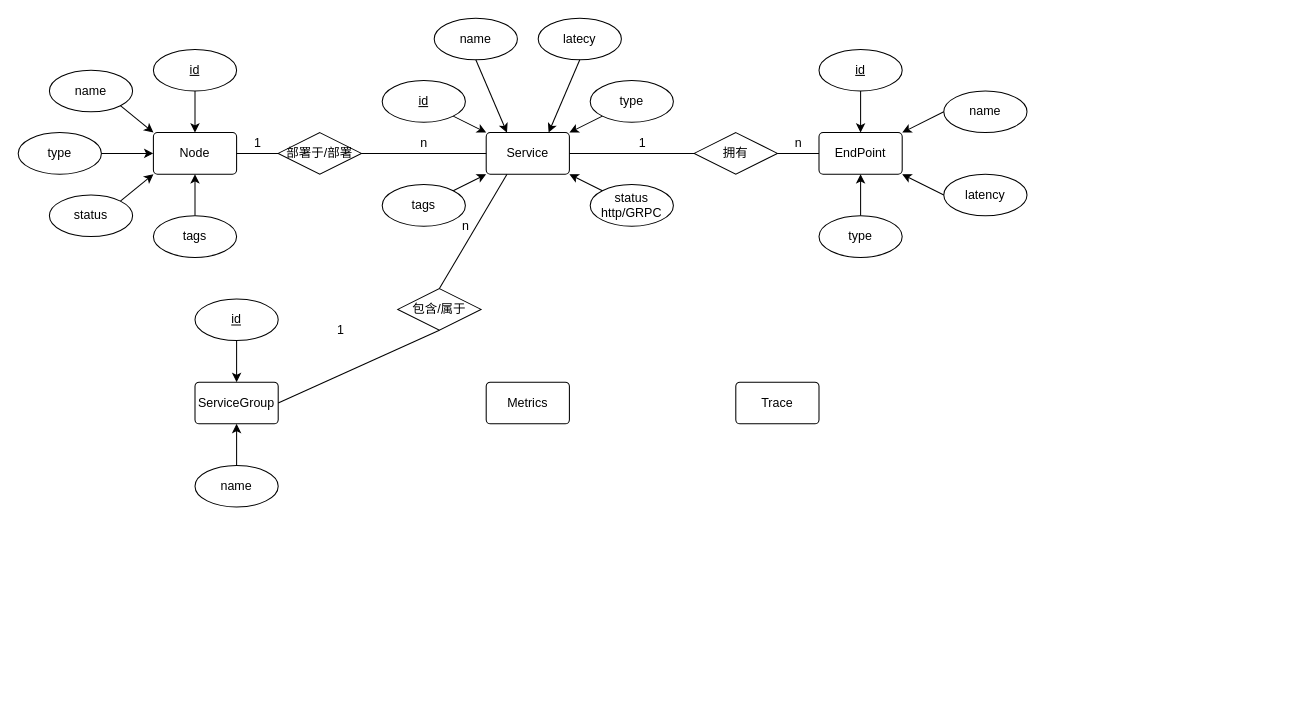
This is docs/persistent.drawio from WangMinan/arktouros, a draw.io file, before an edit. Source tidied: cells renumbered, new cells numbered last; positions are measured from the earlier drawing's top-left corner, leaving out a move shared by most shapes. Both pictures are drawn from the tidied source at 104%, with x=0, y=0 at pixel (18, 18).
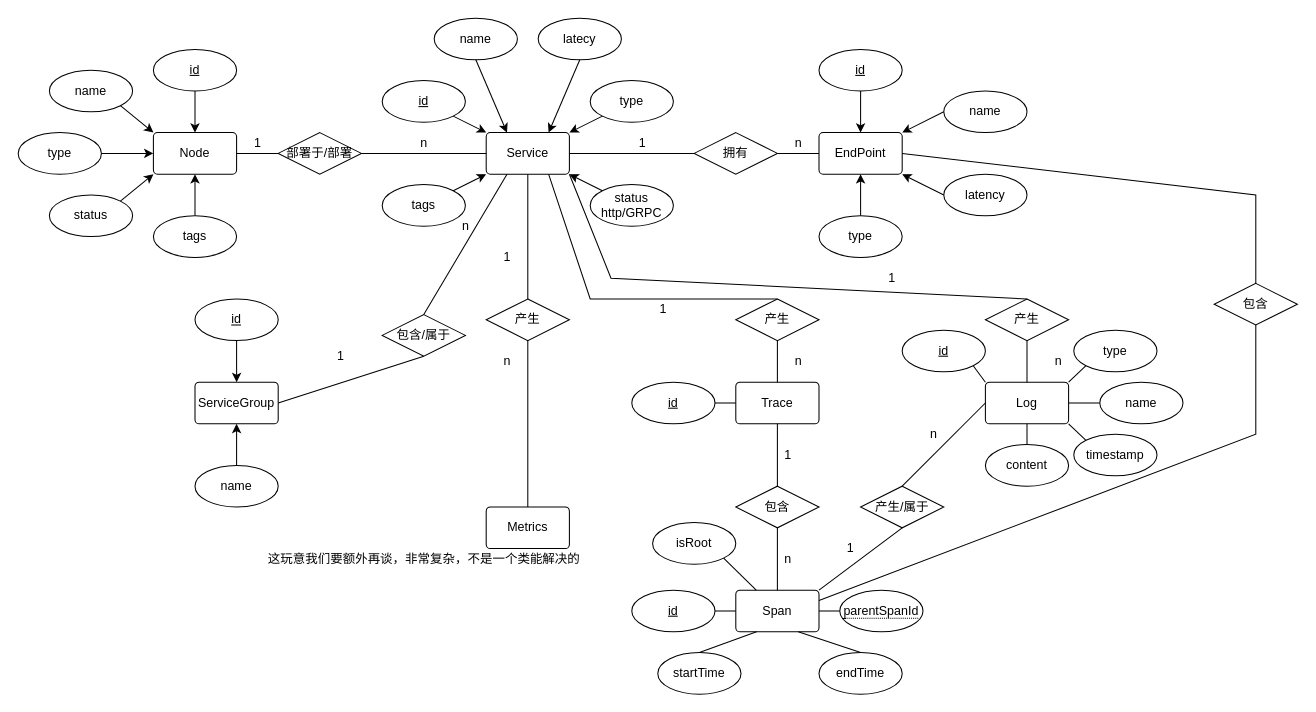
The same page after the edit.

Unchanged cells that the change refers to:
```xml
<mxCell id="11" value="Service" style="rounded=1;arcSize=10;whiteSpace=wrap;html=1;align=center;" parent="1" vertex="1">
  <mxGeometry x="450" y="110" width="80" height="40" as="geometry" />
</mxCell>
<mxCell id="26" value="EndPoint" style="rounded=1;arcSize=10;whiteSpace=wrap;html=1;align=center;" parent="1" vertex="1">
  <mxGeometry x="770" y="110" width="80" height="40" as="geometry" />
</mxCell>
<mxCell id="56" value="Trace" style="rounded=1;arcSize=10;whiteSpace=wrap;html=1;align=center;" parent="1" vertex="1">
  <mxGeometry x="690" y="350" width="80" height="40" as="geometry" />
</mxCell>
```

Diff of the diagram source:
```diff
@@
     <mxCell id="46" value="包含/属于" style="shape=rhombus;perimeter=rhombusPerimeter;whiteSpace=wrap;html=1;align=center;" parent="1" vertex="1">
-      <mxGeometry x="365" y="260" width="80" height="40" as="geometry" />
+      <mxGeometry x="350" y="285" width="80" height="40" as="geometry" />
     </mxCell>
@@
     <mxCell id="49" value="1" style="text;html=1;align=center;verticalAlign=middle;strokeColor=none;fillColor=none;" parent="1" vertex="1">
-      <mxGeometry x="295" y="285" width="30" height="30" as="geometry" />
+      <mxGeometry x="295" y="310" width="30" height="30" as="geometry" />
     </mxCell>
@@
     <mxCell id="55" value="Metrics" style="rounded=1;arcSize=10;whiteSpace=wrap;html=1;align=center;" parent="1" vertex="1">
-      <mxGeometry x="450" y="350" width="80" height="40" as="geometry" />
+      <mxGeometry x="450" y="470" width="80" height="40" as="geometry" />
     </mxCell>
@@
+    <mxCell id="57" value="Log" style="rounded=1;arcSize=10;whiteSpace=wrap;html=1;align=center;" parent="1" vertex="1">
+      <mxGeometry x="930" y="350" width="80" height="40" as="geometry" />
+    </mxCell>
+    <mxCell id="58" value="产生" style="shape=rhombus;perimeter=rhombusPerimeter;whiteSpace=wrap;html=1;align=center;" parent="1" vertex="1">
+      <mxGeometry x="450" y="270" width="80" height="40" as="geometry" />
+    </mxCell>
+    <mxCell id="59" value="产生" style="shape=rhombus;perimeter=rhombusPerimeter;whiteSpace=wrap;html=1;align=center;" parent="1" vertex="1">
+      <mxGeometry x="690" y="270" width="80" height="40" as="geometry" />
+    </mxCell>
+    <mxCell id="60" value="产生" style="shape=rhombus;perimeter=rhombusPerimeter;whiteSpace=wrap;html=1;align=center;" parent="1" vertex="1">
+      <mxGeometry x="930" y="270" width="80" height="40" as="geometry" />
+    </mxCell>
+    <mxCell id="61" style="endArrow=none;html=1;rounded=0;exitX=0.5;exitY=0;exitDx=0;exitDy=0;entryX=0.5;entryY=1;entryDx=0;entryDy=0;" parent="1" edge="1" source="58" target="11">
+      <mxGeometry relative="1" as="geometry" />
+    </mxCell>
+    <mxCell id="62" style="endArrow=none;html=1;rounded=0;exitX=0.5;exitY=0;exitDx=0;exitDy=0;entryX=0.75;entryY=1;entryDx=0;entryDy=0;" parent="1" edge="1" source="59" target="11">
+      <mxGeometry relative="1" as="geometry">
+        <Array as="points">
+          <mxPoint x="550" y="270" />
+        </Array>
+      </mxGeometry>
+    </mxCell>
+    <mxCell id="63" style="endArrow=none;html=1;rounded=0;exitX=0.5;exitY=0;exitDx=0;exitDy=0;entryX=1;entryY=1;entryDx=0;entryDy=0;" parent="1" edge="1" source="60" target="11">
+      <mxGeometry relative="1" as="geometry">
+        <Array as="points">
+          <mxPoint x="570" y="250" />
+        </Array>
+      </mxGeometry>
+    </mxCell>
+    <mxCell id="64" style="endArrow=none;html=1;rounded=0;exitX=0.5;exitY=1;exitDx=0;exitDy=0;entryX=0.5;entryY=0;entryDx=0;entryDy=0;" parent="1" edge="1" source="58" target="55">
+      <mxGeometry relative="1" as="geometry" />
+    </mxCell>
+    <mxCell id="65" style="endArrow=none;html=1;rounded=0;exitX=0.5;exitY=1;exitDx=0;exitDy=0;entryX=0.5;entryY=0;entryDx=0;entryDy=0;" parent="1" edge="1" source="60" target="57">
+      <mxGeometry relative="1" as="geometry" />
+    </mxCell>
+    <mxCell id="66" style="endArrow=none;html=1;rounded=0;exitX=0.5;exitY=1;exitDx=0;exitDy=0;entryX=0.5;entryY=0;entryDx=0;entryDy=0;" parent="1" edge="1" source="59" target="56">
+      <mxGeometry relative="1" as="geometry" />
+    </mxCell>
+    <mxCell id="67" value="1" style="text;html=1;align=center;verticalAlign=middle;strokeColor=none;fillColor=none;" parent="1" vertex="1">
+      <mxGeometry x="455" y="215" width="30" height="30" as="geometry" />
+    </mxCell>
+    <mxCell id="68" value="n" style="text;html=1;align=center;verticalAlign=middle;strokeColor=none;fillColor=none;" parent="1" vertex="1">
+      <mxGeometry x="455" y="315" width="30" height="30" as="geometry" />
+    </mxCell>
+    <mxCell id="69" value="1" style="text;html=1;align=center;verticalAlign=middle;strokeColor=none;fillColor=none;" parent="1" vertex="1">
+      <mxGeometry x="605" y="265" width="30" height="30" as="geometry" />
+    </mxCell>
+    <mxCell id="70" value="1" style="text;html=1;align=center;verticalAlign=middle;strokeColor=none;fillColor=none;" parent="1" vertex="1">
+      <mxGeometry x="825" y="235" width="30" height="30" as="geometry" />
+    </mxCell>
+    <mxCell id="71" value="n" style="text;html=1;align=center;verticalAlign=middle;strokeColor=none;fillColor=none;" parent="1" vertex="1">
+      <mxGeometry x="735" y="315" width="30" height="30" as="geometry" />
+    </mxCell>
+    <mxCell id="72" value="n" style="text;html=1;align=center;verticalAlign=middle;strokeColor=none;fillColor=none;labelBackgroundColor=#ffffff;" parent="1" vertex="1">
+      <mxGeometry x="985" y="315" width="30" height="30" as="geometry" />
+    </mxCell>
+    <mxCell id="73" value="id" style="ellipse;whiteSpace=wrap;html=1;align=center;fontStyle=4;" parent="1" vertex="1">
+      <mxGeometry x="590" y="350" width="80" height="40" as="geometry" />
+    </mxCell>
+    <mxCell id="74" value="id" style="ellipse;whiteSpace=wrap;html=1;align=center;fontStyle=4;" parent="1" vertex="1">
+      <mxGeometry x="850" y="300" width="80" height="40" as="geometry" />
+    </mxCell>
+    <mxCell id="75" value="name" style="ellipse;whiteSpace=wrap;html=1;align=center;" parent="1" vertex="1">
+      <mxGeometry x="1040" y="350" width="80" height="40" as="geometry" />
+    </mxCell>
+    <mxCell id="76" value="content" style="ellipse;whiteSpace=wrap;html=1;align=center;" parent="1" vertex="1">
+      <mxGeometry x="930" y="410" width="80" height="40" as="geometry" />
+    </mxCell>
+    <mxCell id="77" value="timestamp" style="ellipse;whiteSpace=wrap;html=1;align=center;" parent="1" vertex="1">
+      <mxGeometry x="1015" y="400" width="80" height="40" as="geometry" />
+    </mxCell>
+    <mxCell id="78" value="type" style="ellipse;whiteSpace=wrap;html=1;align=center;" parent="1" vertex="1">
+      <mxGeometry x="1015" y="300" width="80" height="40" as="geometry" />
+    </mxCell>
+    <mxCell id="79" style="endArrow=none;html=1;rounded=0;exitX=1;exitY=0;exitDx=0;exitDy=0;entryX=0;entryY=1;entryDx=0;entryDy=0;" parent="1" edge="1" source="57" target="78">
+      <mxGeometry relative="1" as="geometry" />
+    </mxCell>
+    <mxCell id="80" style="endArrow=none;html=1;rounded=0;exitX=1;exitY=0.5;exitDx=0;exitDy=0;entryX=0;entryY=0.5;entryDx=0;entryDy=0;" parent="1" edge="1" source="57" target="75">
+      <mxGeometry relative="1" as="geometry" />
+    </mxCell>
+    <mxCell id="81" style="endArrow=none;html=1;rounded=0;exitX=1;exitY=1;exitDx=0;exitDy=0;entryX=0;entryY=0;entryDx=0;entryDy=0;" parent="1" edge="1" source="74" target="57">
+      <mxGeometry relative="1" as="geometry" />
+    </mxCell>
+    <mxCell id="82" style="endArrow=none;html=1;rounded=0;exitX=1;exitY=1;exitDx=0;exitDy=0;entryX=0;entryY=0;entryDx=0;entryDy=0;" parent="1" edge="1" source="57" target="77">
+      <mxGeometry relative="1" as="geometry" />
+    </mxCell>
+    <mxCell id="83" style="endArrow=none;html=1;rounded=0;exitX=0.5;exitY=1;exitDx=0;exitDy=0;entryX=0.5;entryY=0;entryDx=0;entryDy=0;" parent="1" edge="1" source="57" target="76">
+      <mxGeometry relative="1" as="geometry" />
+    </mxCell>
+    <mxCell id="84" value="Span" style="rounded=1;arcSize=10;whiteSpace=wrap;html=1;align=center;" parent="1" vertex="1">
+      <mxGeometry x="690" y="550" width="80" height="40" as="geometry" />
+    </mxCell>
+    <mxCell id="85" value="包含" style="shape=rhombus;perimeter=rhombusPerimeter;whiteSpace=wrap;html=1;align=center;" parent="1" vertex="1">
+      <mxGeometry x="690" y="450" width="80" height="40" as="geometry" />
+    </mxCell>
+    <mxCell id="86" style="endArrow=none;html=1;rounded=0;entryX=0.5;entryY=1;entryDx=0;entryDy=0;exitX=0.5;exitY=0;exitDx=0;exitDy=0;" parent="1" edge="1" source="85" target="56">
+      <mxGeometry relative="1" as="geometry" />
+    </mxCell>
+    <mxCell id="87" style="endArrow=none;html=1;rounded=0;entryX=0.5;entryY=1;entryDx=0;entryDy=0;exitX=0.5;exitY=0;exitDx=0;exitDy=0;" parent="1" edge="1" source="84" target="85">
+      <mxGeometry relative="1" as="geometry" />
+    </mxCell>
+    <mxCell id="88" value="id" style="ellipse;whiteSpace=wrap;html=1;align=center;fontStyle=4;" parent="1" vertex="1">
+      <mxGeometry x="590" y="550" width="80" height="40" as="geometry" />
+    </mxCell>
+    <mxCell id="89" value="&lt;span style=&quot;border-bottom: 1px dotted&quot;&gt;parentSpanId&lt;/span&gt;" style="ellipse;whiteSpace=wrap;html=1;align=center;labelBackgroundColor=#ffffff;" parent="1" vertex="1">
+      <mxGeometry x="790" y="550" width="80" height="40" as="geometry" />
+    </mxCell>
+    <mxCell id="90" style="endArrow=none;html=1;rounded=0;exitX=1;exitY=0.5;exitDx=0;exitDy=0;entryX=0;entryY=0.5;entryDx=0;entryDy=0;" parent="1" edge="1" source="88" target="84">
+      <mxGeometry relative="1" as="geometry" />
+    </mxCell>
+    <mxCell id="91" style="endArrow=none;html=1;rounded=0;exitX=0;exitY=0.5;exitDx=0;exitDy=0;entryX=1;entryY=0.5;entryDx=0;entryDy=0;" parent="1" edge="1" source="89" target="84">
+      <mxGeometry relative="1" as="geometry" />
+    </mxCell>
+    <mxCell id="92" value="1" style="text;html=1;align=center;verticalAlign=middle;strokeColor=none;fillColor=none;" parent="1" vertex="1">
+      <mxGeometry x="725" y="405" width="30" height="30" as="geometry" />
+    </mxCell>
+    <mxCell id="93" value="n" style="text;html=1;align=center;verticalAlign=middle;strokeColor=none;fillColor=none;" parent="1" vertex="1">
+      <mxGeometry x="725" y="505" width="30" height="30" as="geometry" />
+    </mxCell>
+    <mxCell id="94" style="endArrow=none;html=1;rounded=0;exitX=1;exitY=0.5;exitDx=0;exitDy=0;entryX=0;entryY=0.5;entryDx=0;entryDy=0;" parent="1" edge="1" source="73" target="56">
+      <mxGeometry relative="1" as="geometry" />
+    </mxCell>
+    <mxCell id="95" value="产生/属于" style="shape=rhombus;perimeter=rhombusPerimeter;whiteSpace=wrap;html=1;align=center;" parent="1" vertex="1">
+      <mxGeometry x="810" y="450" width="80" height="40" as="geometry" />
+    </mxCell>
+    <mxCell id="96" style="endArrow=none;html=1;rounded=0;exitX=1;exitY=0;exitDx=0;exitDy=0;entryX=0.5;entryY=1;entryDx=0;entryDy=0;" parent="1" edge="1" source="84" target="95">
+      <mxGeometry relative="1" as="geometry" />
+    </mxCell>
+    <mxCell id="97" style="endArrow=none;html=1;rounded=0;exitX=0.5;exitY=0;exitDx=0;exitDy=0;entryX=0;entryY=0.5;entryDx=0;entryDy=0;" parent="1" edge="1" source="95" target="57">
+      <mxGeometry relative="1" as="geometry" />
+    </mxCell>
+    <mxCell id="98" value="1" style="text;html=1;align=center;verticalAlign=middle;strokeColor=none;fillColor=none;" parent="1" vertex="1">
+      <mxGeometry x="785" y="495" width="30" height="30" as="geometry" />
+    </mxCell>
+    <mxCell id="99" value="n" style="text;html=1;align=center;verticalAlign=middle;strokeColor=none;fillColor=none;" parent="1" vertex="1">
+      <mxGeometry x="865" y="385" width="30" height="30" as="geometry" />
+    </mxCell>
+    <mxCell id="100" value="startTime" style="ellipse;whiteSpace=wrap;html=1;align=center;" parent="1" vertex="1">
+      <mxGeometry x="615" y="610" width="80" height="40" as="geometry" />
+    </mxCell>
+    <mxCell id="101" value="endTime" style="ellipse;whiteSpace=wrap;html=1;align=center;" parent="1" vertex="1">
+      <mxGeometry x="770" y="610" width="80" height="40" as="geometry" />
+    </mxCell>
+    <mxCell id="102" style="endArrow=none;html=1;rounded=0;exitX=0.5;exitY=0;exitDx=0;exitDy=0;entryX=0.25;entryY=1;entryDx=0;entryDy=0;" parent="1" edge="1" source="100" target="84">
+      <mxGeometry relative="1" as="geometry" />
+    </mxCell>
+    <mxCell id="103" style="endArrow=none;html=1;rounded=0;exitX=0.5;exitY=0;exitDx=0;exitDy=0;entryX=0.75;entryY=1;entryDx=0;entryDy=0;" parent="1" edge="1" source="101" target="84">
+      <mxGeometry relative="1" as="geometry" />
+    </mxCell>
+    <mxCell id="104" value="isRoot" style="ellipse;whiteSpace=wrap;html=1;align=center;" parent="1" vertex="1">
+      <mxGeometry x="610" y="485" width="80" height="40" as="geometry" />
+    </mxCell>
+    <mxCell id="105" style="endArrow=none;html=1;rounded=0;exitX=1;exitY=1;exitDx=0;exitDy=0;" parent="1" edge="1" source="104" target="84">
+      <mxGeometry relative="1" as="geometry" />
+    </mxCell>
+    <mxCell id="106" style="endArrow=none;html=1;rounded=0;exitX=1;exitY=0.5;exitDx=0;exitDy=0;entryX=1;entryY=0.25;entryDx=0;entryDy=0;" parent="1" edge="1" source="26" target="84">
+      <mxGeometry relative="1" as="geometry">
+        <Array as="points">
+          <mxPoint x="1190" y="170" />
+          <mxPoint x="1190" y="400" />
+        </Array>
+      </mxGeometry>
+    </mxCell>
+    <mxCell id="107" value="包含" style="shape=rhombus;perimeter=rhombusPerimeter;whiteSpace=wrap;html=1;align=center;" parent="1" vertex="1">
+      <mxGeometry x="1150" y="255" width="80" height="40" as="geometry" />
+    </mxCell>
+    <mxCell id="108" value="这玩意我们要额外再谈，非常复杂，不是一个类能解决的" style="text;html=1;align=center;verticalAlign=middle;strokeColor=none;fillColor=none;" parent="1" vertex="1">
+      <mxGeometry x="230" y="505" width="320" height="30" as="geometry" />
+    </mxCell>
```
